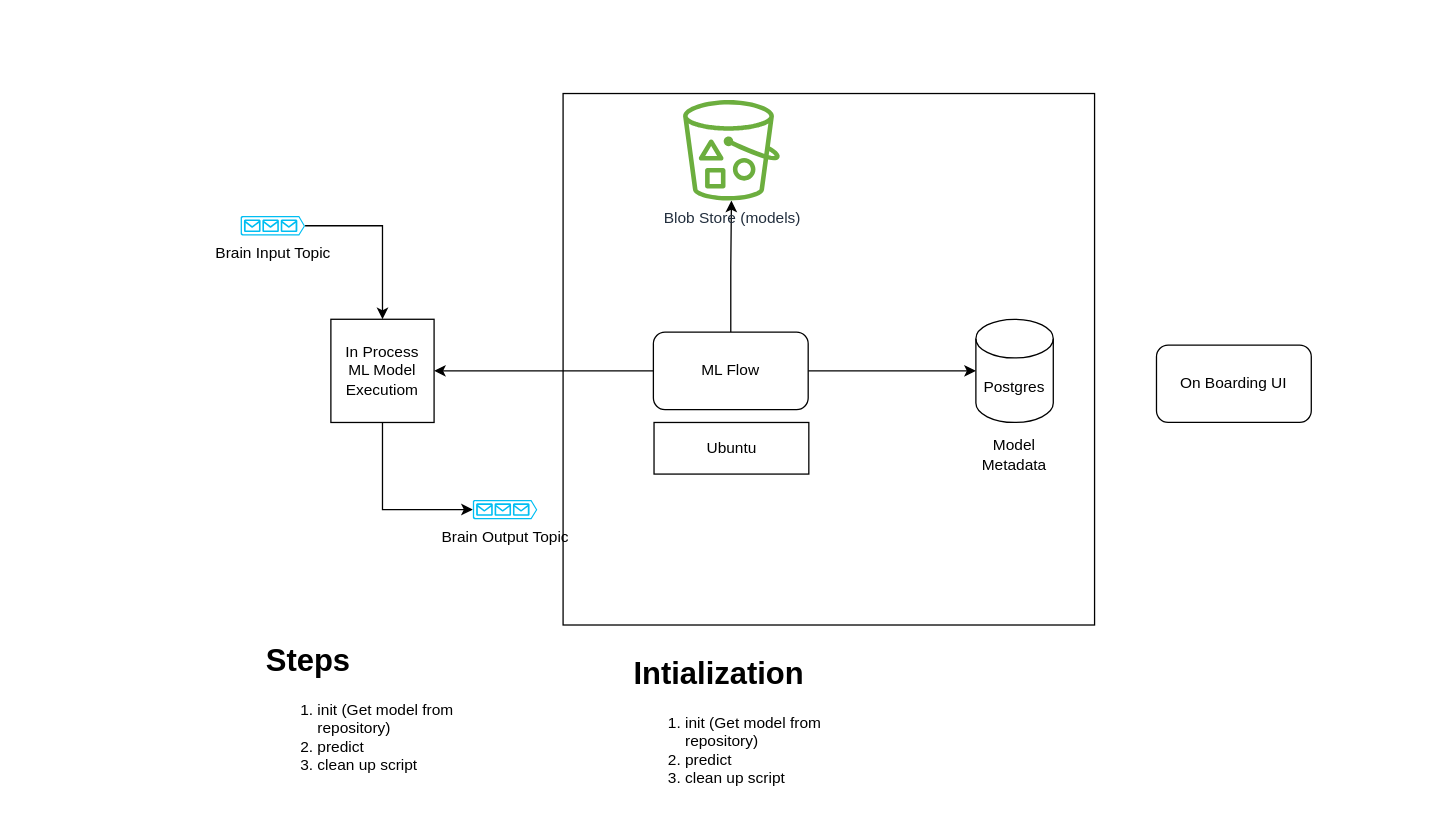
brain-os/brain-os.github.io keeps this draw.io diagram as page "Page-1" (1 of 2) of docs/ml-deployment.drawio. Above is the earlier version. Source tidied: cells renumbered, new cells numbered last; positions are measured from the earlier drawing's top-left corner, leaving out a move shared by most shapes. Both pictures are drawn from the tidied source at 129%, with x=0, y=0 at pixel (240, 93). Pictures stored in the file or linked from it are replaced by grey dashed boxes.
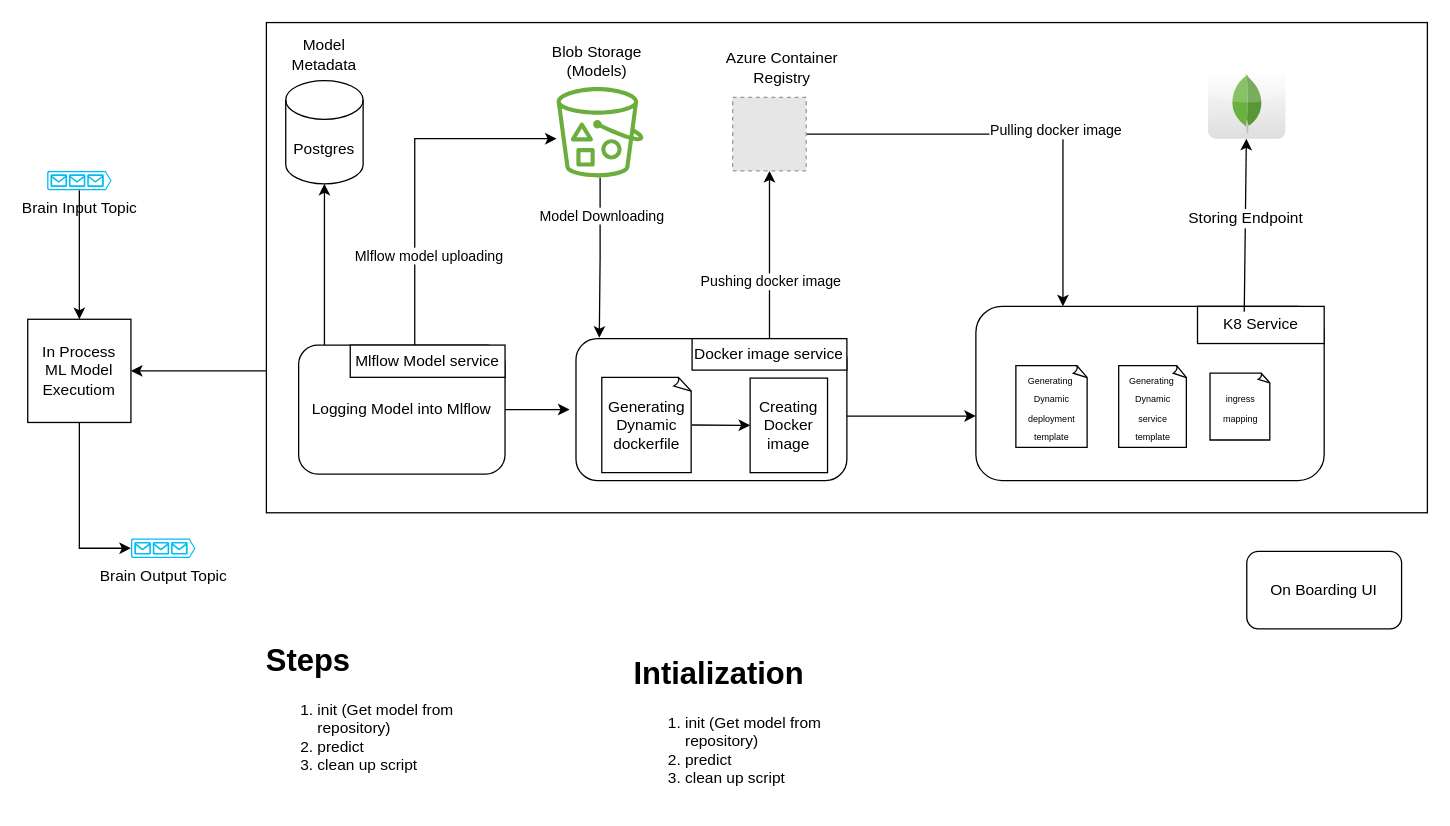
The same page after the edit.

Change to the diagram source:
```diff
@@
-    <mxCell id="2" style="whiteSpace=wrap;html=1;" parent="1" vertex="1">
-      <mxGeometry x="250" width="412" height="412" as="geometry" />
-    </mxCell>
+    <mxCell id="19" style="edgeStyle=orthogonalEdgeStyle;rounded=0;jettySize=auto;html=1;" parent="1" edge="1" source="20" target="12">
+      <mxGeometry relative="1" as="geometry">
+        <Array as="points">
+          <mxPoint x="-40" y="215" />
+          <mxPoint x="-40" y="215" />
+        </Array>
+      </mxGeometry>
+    </mxCell>
+    <mxCell id="20" style="rounded=0;whiteSpace=wrap;html=1;" parent="1" vertex="1">
+      <mxGeometry x="20" y="-55" width="900" height="380" as="geometry" />
+    </mxCell>
     <mxCell id="3" style="edgeStyle=orthogonalEdgeStyle;rounded=0;jettySize=auto;html=1;" parent="1" edge="1" source="6" target="7">
-      <mxGeometry relative="1" as="geometry" />
+      <mxGeometry relative="1" as="geometry">
+        <Array as="points">
+          <mxPoint x="65" y="145" />
+          <mxPoint x="65" y="145" />
+        </Array>
+      </mxGeometry>
     </mxCell>
     <mxCell id="4" style="edgeStyle=orthogonalEdgeStyle;rounded=0;jettySize=auto;html=1;" parent="1" edge="1" source="6" target="8">
-      <mxGeometry relative="1" as="geometry" />
+      <mxGeometry relative="1" as="geometry">
+        <Array as="points">
+          <mxPoint x="135" y="35" />
+        </Array>
+      </mxGeometry>
     </mxCell>
-    <mxCell id="5" style="edgeStyle=orthogonalEdgeStyle;rounded=0;jettySize=auto;html=1;" parent="1" edge="1" source="6" target="12">
-      <mxGeometry relative="1" as="geometry" />
-    </mxCell>
-    <mxCell id="6" value="ML Flow" style="rounded=1;whiteSpace=wrap;html=1;" parent="1" vertex="1">
-      <mxGeometry x="320" y="185" width="120" height="60" as="geometry" />
-    </mxCell>
+    <mxCell id="21" value="Mlflow model uploading" style="edgeLabel;html=1;align=center;verticalAlign=middle;" parent="4" vertex="1">
+      <mxGeometry x="0.48" y="-1" relative="1" as="geometry">
+        <mxPoint x="-30" y="89" as="offset" />
+      </mxGeometry>
+    </mxCell>
     <mxCell id="7" value="Postgres" style="shape=cylinder3;whiteSpace=wrap;html=1;boundedLbl=1;backgroundOutline=1;size=15;" parent="1" vertex="1">
-      <mxGeometry x="570" y="175" width="60" height="80" as="geometry" />
+      <mxGeometry x="35" y="-10" width="60" height="80" as="geometry" />
     </mxCell>
+    <mxCell id="22" style="edgeStyle=orthogonalEdgeStyle;rounded=0;jettySize=auto;html=1;entryX=0.086;entryY=-0.006;entryDx=0;entryDy=0;entryPerimeter=0;" parent="1" edge="1" source="8" target="25">
+      <mxGeometry relative="1" as="geometry" />
+    </mxCell>
+    <mxCell id="23" value="Model Downloading" style="edgeLabel;html=1;align=center;verticalAlign=middle;" parent="22" vertex="1">
+      <mxGeometry x="-0.26" y="3" relative="1" as="geometry">
+        <mxPoint x="-2" y="-17" as="offset" />
+      </mxGeometry>
+    </mxCell>
-    <mxCell id="8" value="Blob Store (models)" style="sketch=0;outlineConnect=0;fontColor=#232F3E;gradientColor=none;fillColor=#6CAE3E;strokeColor=none;dashed=0;verticalLabelPosition=bottom;verticalAlign=top;align=center;html=1;fontSize=12;fontStyle=0;shape=mxgraph.aws4.bucket_with_objects;" parent="1" vertex="1">
-      <mxGeometry x="343" y="5" width="75" height="78" as="geometry" />
+    <mxCell id="8" value="&lt;div style=&quot;&quot;&gt;&lt;br&gt;&lt;/div&gt;" style="sketch=0;outlineConnect=0;fontColor=#232F3E;gradientColor=none;fillColor=#6CAE3E;strokeColor=none;dashed=0;verticalLabelPosition=bottom;verticalAlign=top;align=center;html=1;fontSize=12;fontStyle=0;shape=mxgraph.aws4.bucket_with_objects;" parent="1" vertex="1">
+      <mxGeometry x="245" y="-5" width="67.3" height="70" as="geometry" />
     </mxCell>
     <mxCell id="9" value="Model Metadata" style="text;html=1;strokeColor=none;fillColor=none;align=center;verticalAlign=middle;whiteSpace=wrap;rounded=0;" parent="1" vertex="1">
-      <mxGeometry x="570" y="265" width="60" height="30" as="geometry" />
+      <mxGeometry x="35" y="-45" width="60" height="30" as="geometry" />
     </mxCell>
-    <mxCell id="10" value="Ubuntu" style="rounded=0;whiteSpace=wrap;html=1;" parent="1" vertex="1">
-      <mxGeometry x="320.5" y="255" width="120" height="40" as="geometry" />
-    </mxCell>
@@
     <mxCell id="12" value="In Process&lt;br&gt;ML Model Executiom" style="whiteSpace=wrap;html=1;" parent="1" vertex="1">
-      <mxGeometry x="70" y="175" width="80" height="80" as="geometry" />
+      <mxGeometry x="-165" y="175" width="80" height="80" as="geometry" />
     </mxCell>
@@
     <mxCell id="15" value="Brain Input Topic" style="verticalLabelPosition=bottom;html=1;verticalAlign=top;align=center;strokeColor=none;fillColor=#00BEF2;shape=mxgraph.azure.queue_generic;" parent="1" vertex="1">
-      <mxGeometry y="95" width="50" height="15" as="geometry" />
+      <mxGeometry x="-150" y="60" width="50" height="15" as="geometry" />
     </mxCell>
     <mxCell id="16" value="Brain Output Topic" style="verticalLabelPosition=bottom;html=1;verticalAlign=top;align=center;strokeColor=none;fillColor=#00BEF2;shape=mxgraph.azure.queue_generic;" parent="1" vertex="1">
-      <mxGeometry x="180" y="315" width="50" height="15" as="geometry" />
+      <mxGeometry x="-85" y="345" width="50" height="15" as="geometry" />
     </mxCell>
@@
     <mxCell id="18" value="On Boarding UI" style="rounded=1;whiteSpace=wrap;html=1;" parent="1" vertex="1">
-      <mxGeometry x="710" y="195" width="120" height="60" as="geometry" />
+      <mxGeometry x="780" y="355" width="120" height="60" as="geometry" />
     </mxCell>
+    <mxCell id="24" style="group;" parent="1" vertex="1">
+      <mxGeometry x="260" y="190" width="210" height="110" as="geometry" />
+    </mxCell>
+    <mxCell id="25" style="rounded=1;whiteSpace=wrap;html=1;align=left;" parent="24" vertex="1">
+      <mxGeometry width="210" height="110" as="geometry" />
+    </mxCell>
+    <mxCell id="26" value="Docker image service" style="rounded=0;whiteSpace=wrap;html=1;align=left;" parent="24" vertex="1">
+      <mxGeometry x="90" width="120" height="24.4" as="geometry" />
+    </mxCell>
+    <mxCell id="27" value="Generating Dynamic dockerfile" style="whiteSpace=wrap;html=1;shape=mxgraph.basic.document;" parent="24" vertex="1">
+      <mxGeometry x="20" y="30" width="70" height="73.9" as="geometry" />
+    </mxCell>
+    <mxCell id="28" value="Creating Docker image" style="rounded=0;whiteSpace=wrap;html=1;" parent="24" vertex="1">
+      <mxGeometry x="135" y="30.6" width="60" height="73.3" as="geometry" />
+    </mxCell>
+    <mxCell id="29" style="endArrow=classic;html=1;rounded=0;exitX=1;exitY=0.5;exitDx=0;exitDy=0;exitPerimeter=0;entryX=0;entryY=0.5;entryDx=0;entryDy=0;" parent="24" edge="1" source="27" target="28">
+      <mxGeometry relative="1" as="geometry" />
+    </mxCell>
+    <mxCell id="30" style="edgeStyle=orthogonalEdgeStyle;rounded=0;jettySize=auto;html=1;entryX=0.25;entryY=0;entryDx=0;entryDy=0;" parent="1" edge="1" source="32" target="37">
+      <mxGeometry relative="1" as="geometry" />
+    </mxCell>
+    <mxCell id="31" value="Pulling docker image" style="edgeLabel;html=1;align=center;verticalAlign=middle;" parent="30" vertex="1">
+      <mxGeometry x="0.16" y="3" relative="1" as="geometry" />
+    </mxCell>
+    <mxCell id="32" style="fillColor=#E6E6E6;strokeColor=#999999;dashed=1;html=1;verticalAlign=top;labelPosition=center;verticalLabelPosition=bottom;align=center;spacingTop=-6;fontSize=11;fontStyle=1;fontColor=#999999;" parent="1" vertex="1">
+      <mxGeometry x="381.5" y="3" width="57" height="57" as="geometry" />
+    </mxCell>
+    <mxCell id="33" style="edgeStyle=orthogonalEdgeStyle;rounded=0;jettySize=auto;html=1;" parent="1" edge="1" source="26" target="32">
+      <mxGeometry relative="1" as="geometry">
+        <Array as="points">
+          <mxPoint x="410" y="95" />
+          <mxPoint x="410" y="95" />
+        </Array>
+      </mxGeometry>
+    </mxCell>
+    <mxCell id="34" value="Pushing docker image" style="edgeLabel;html=1;align=center;verticalAlign=middle;" parent="33" vertex="1">
+      <mxGeometry x="-0.08" y="-1" relative="1" as="geometry">
+        <mxPoint x="-1" y="15" as="offset" />
+      </mxGeometry>
+    </mxCell>
+    <mxCell id="35" value="Blob Storage (Models)" style="text;html=1;strokeColor=none;fillColor=none;align=center;verticalAlign=middle;whiteSpace=wrap;rounded=0;" parent="1" vertex="1">
+      <mxGeometry x="239.6" y="-40" width="72.7" height="30" as="geometry" />
+    </mxCell>
+    <mxCell id="36" style="group;" parent="1" vertex="1">
+      <mxGeometry x="570" y="165" width="270" height="135" as="geometry" />
+    </mxCell>
+    <mxCell id="37" style="rounded=1;whiteSpace=wrap;html=1;" parent="36" vertex="1">
+      <mxGeometry width="270" height="135" as="geometry" />
+    </mxCell>
+    <mxCell id="38" value="K8 Service" style="rounded=0;whiteSpace=wrap;html=1;" parent="36" vertex="1">
+      <mxGeometry x="171.8" width="98.2" height="28.8" as="geometry" />
+    </mxCell>
+    <mxCell id="39" value="&lt;font style=&quot;font-size: 7px;&quot;&gt;Generating&amp;nbsp;&lt;br&gt;Dynamic&lt;br&gt;deployment&lt;br&gt;template&lt;/font&gt;" style="whiteSpace=wrap;html=1;shape=mxgraph.basic.document;" parent="36" vertex="1">
+      <mxGeometry x="31" y="46" width="55.8" height="63.3" as="geometry" />
+    </mxCell>
+    <mxCell id="40" value="&lt;font style=&quot;font-size: 7px;&quot;&gt;Generating&amp;nbsp;&lt;br&gt;Dynamic&lt;br&gt;service&lt;br&gt;template&lt;/font&gt;" style="whiteSpace=wrap;html=1;shape=mxgraph.basic.document;" parent="36" vertex="1">
+      <mxGeometry x="110.7" y="46" width="53" height="63.3" as="geometry" />
+    </mxCell>
+    <mxCell id="41" value="&lt;span style=&quot;font-size: 7px;&quot;&gt;ingress &lt;br&gt;mapping&lt;/span&gt;" style="whiteSpace=wrap;html=1;shape=mxgraph.basic.document;" parent="36" vertex="1">
+      <mxGeometry x="181.5" y="51.8" width="46.8" height="51.8" as="geometry" />
+    </mxCell>
+    <mxCell id="42" value="Azure Container Registry" style="text;html=1;strokeColor=none;fillColor=none;align=center;verticalAlign=middle;whiteSpace=wrap;rounded=0;" parent="1" vertex="1">
+      <mxGeometry x="375" y="-35" width="90" height="30" as="geometry" />
+    </mxCell>
+    <mxCell id="43" style="edgeStyle=orthogonalEdgeStyle;rounded=0;jettySize=auto;html=1;" parent="1" edge="1" source="25" target="37">
+      <mxGeometry relative="1" as="geometry">
+        <Array as="points">
+          <mxPoint x="545" y="250" />
+          <mxPoint x="545" y="250" />
+        </Array>
+      </mxGeometry>
+    </mxCell>
+    <mxCell id="44" style="endArrow=classic;html=1;rounded=0;exitX=1;exitY=0.5;exitDx=0;exitDy=0;" parent="1" edge="1" source="6">
+      <mxGeometry relative="1" as="geometry">
+        <mxPoint x="255" y="245" as="targetPoint" />
+      </mxGeometry>
+    </mxCell>
+    <mxCell id="45" style="group;" parent="1" vertex="1">
+      <mxGeometry x="45" y="195" width="160" height="100" as="geometry" />
+    </mxCell>
+    <mxCell id="6" value="Logging Model into Mlflow" style="rounded=1;whiteSpace=wrap;html=1;" parent="45" vertex="1">
+      <mxGeometry width="160" height="100" as="geometry" />
+    </mxCell>
+    <mxCell id="46" value="Mlflow Model service" style="rounded=0;whiteSpace=wrap;html=1;" parent="45" vertex="1">
+      <mxGeometry x="40" width="120" height="25" as="geometry" />
+    </mxCell>
+    <mxCell id="47" style="dashed=0;outlineConnect=0;html=1;align=center;labelPosition=center;verticalLabelPosition=bottom;verticalAlign=top;shape=mxgraph.webicons.mongodb;gradientColor=#DFDEDE;fontSize=7;" parent="1" vertex="1">
+      <mxGeometry x="750" y="-19.7" width="60" height="54.7" as="geometry" />
+    </mxCell>
+    <mxCell id="48" style="endArrow=classic;html=1;rounded=0;fontSize=7;exitX=0.369;exitY=0.147;exitDx=0;exitDy=0;exitPerimeter=0;" parent="1" edge="1" source="38" target="47">
+      <mxGeometry relative="1" as="geometry" />
+    </mxCell>
+    <mxCell id="49" value="Storing Endpoint" style="edgeLabel;html=1;align=center;verticalAlign=middle;fontSize=12;" parent="48" vertex="1">
+      <mxGeometry x="0.09" relative="1" as="geometry" />
+    </mxCell>
```
